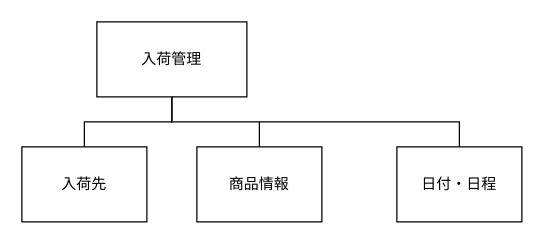
Before: サブシステム構造図/出荷管理.drawio in Yamanin3/system-devel, a draw.io diagram. Source tidied: cells renumbered, new cells numbered last; positions are measured from the earlier drawing's top-left corner, leaving out a move shared by most shapes. Both pictures are drawn from the tidied source at 125%, with x=0, y=0 at pixel (21, 21).
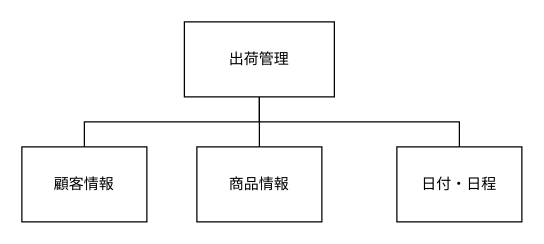
The same diagram, later.

Commit message:
出荷管理の内容を修正

The edit, as a diff of the source:
```diff
@@
 <mxGraphModel>
   <root>
     <mxCell id="0" />
     <mxCell id="1" parent="0" />
-    <mxCell id="2" value="入荷管理" style="whiteSpace=wrap;html=1;align=center;" parent="1" vertex="1">
-      <mxGeometry x="60" width="120" height="60" as="geometry" />
+    <mxCell id="2" value="出荷管理" style="whiteSpace=wrap;html=1;align=center;" parent="1" vertex="1">
+      <mxGeometry x="130" width="120" height="60" as="geometry" />
     </mxCell>
     <mxCell id="3" value="商品情報" style="whiteSpace=wrap;html=1;align=center;verticalAlign=middle;" parent="1" vertex="1">
       <mxGeometry x="140" y="100" width="100" height="60" as="geometry" />
     </mxCell>
-    <mxCell id="4" style="edgeStyle=elbowEdgeStyle;elbow=vertical;startArrow=none;endArrow=none;rounded=0;" parent="1" edge="1" target="3">
-      <mxGeometry relative="1" as="geometry">
-        <mxPoint x="120" y="60" as="sourcePoint" />
-      </mxGeometry>
+    <mxCell id="4" style="edgeStyle=elbowEdgeStyle;elbow=vertical;startArrow=none;endArrow=none;rounded=0;exitX=0.5;exitY=1;exitDx=0;exitDy=0;" parent="1" edge="1" source="2" target="3">
+      <mxGeometry relative="1" as="geometry" />
     </mxCell>
-    <mxCell id="5" value="入荷先" style="whiteSpace=wrap;html=1;align=center;verticalAlign=middle;" parent="1" vertex="1">
+    <mxCell id="5" value="顧客情報" style="whiteSpace=wrap;html=1;align=center;verticalAlign=middle;" parent="1" vertex="1">
       <mxGeometry y="100" width="100" height="60" as="geometry" />
     </mxCell>
     <mxCell id="6" style="edgeStyle=elbowEdgeStyle;elbow=vertical;startArrow=none;endArrow=none;rounded=0;exitX=0.5;exitY=1;exitDx=0;exitDy=0;" parent="1" edge="1" source="2" target="5">
       <mxGeometry relative="1" as="geometry" />
     </mxCell>
     <mxCell id="7" value="日付・日程" style="whiteSpace=wrap;html=1;align=center;verticalAlign=middle;" parent="1" vertex="1">
       <mxGeometry x="300" y="100" width="100" height="60" as="geometry" />
     </mxCell>
     <mxCell id="8" style="edgeStyle=elbowEdgeStyle;elbow=vertical;startArrow=none;endArrow=none;rounded=0;" parent="1" edge="1" target="7">
       <mxGeometry relative="1" as="geometry">
         <mxPoint x="190" y="80" as="sourcePoint" />
         <Array as="points">
           <mxPoint x="270" y="80" />
         </Array>
       </mxGeometry>
     </mxCell>
   </root>
 </mxGraphModel>
```
